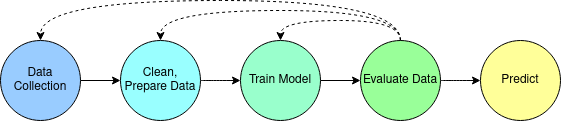
The draw.io diagram 2_Intro_to_ML/ml_workflow.png in MScEcologyAndDataScienceUCL/BIOS0032_AI4Environment, before a commit. Source tidied: cells renumbered, new cells last; positions are measured from the earlier drawing's top-left corner, leaving out a move shared by most shapes. Its diagram source:
```xml
<mxGraphModel>
  <root>
    <mxCell id="0" />
    <mxCell id="1" parent="0" />
    <mxCell id="2" style="edgeStyle=orthogonalEdgeStyle;rounded=0;jettySize=auto;html=1;exitX=1;exitY=0.5;exitDx=0;exitDy=0;" parent="1" edge="1" source="3" target="12">
      <mxGeometry relative="1" as="geometry" />
    </mxCell>
    <mxCell id="3" value="Train Model" style="ellipse;whiteSpace=wrap;html=1;fillColor=#99FFCC;" parent="1" vertex="1">
      <mxGeometry x="240" y="40" width="80" height="80" as="geometry" />
    </mxCell>
    <mxCell id="4" style="edgeStyle=orthogonalEdgeStyle;curved=1;jettySize=auto;html=1;exitX=1;exitY=0.5;exitDx=0;exitDy=0;entryX=0;entryY=0.5;entryDx=0;entryDy=0;" parent="1" edge="1" source="5" target="3">
      <mxGeometry relative="1" as="geometry" />
    </mxCell>
    <mxCell id="5" value="Clean, Prepare Data" style="ellipse;whiteSpace=wrap;html=1;fillColor=#99FFFF;" parent="1" vertex="1">
      <mxGeometry x="120" y="40" width="80" height="80" as="geometry" />
    </mxCell>
    <mxCell id="6" style="edgeStyle=orthogonalEdgeStyle;rounded=0;jettySize=auto;html=1;exitX=1;exitY=0.5;exitDx=0;exitDy=0;" parent="1" edge="1" source="7" target="5">
      <mxGeometry relative="1" as="geometry" />
    </mxCell>
    <mxCell id="7" value="Data Collection" style="ellipse;whiteSpace=wrap;html=1;fillColor=#99CCFF;" parent="1" vertex="1">
      <mxGeometry y="40" width="80" height="80" as="geometry" />
    </mxCell>
    <mxCell id="8" style="edgeStyle=orthogonalEdgeStyle;curved=1;jettySize=auto;html=1;exitX=1;exitY=0.5;exitDx=0;exitDy=0;" parent="1" edge="1" source="12" target="13">
      <mxGeometry relative="1" as="geometry" />
    </mxCell>
    <mxCell id="9" style="edgeStyle=orthogonalEdgeStyle;jettySize=auto;html=1;exitX=0.5;exitY=0;exitDx=0;exitDy=0;entryX=0.5;entryY=0;entryDx=0;entryDy=0;curved=1;dashed=1;" parent="1" edge="1" source="12" target="3">
      <mxGeometry relative="1" as="geometry" />
    </mxCell>
    <mxCell id="10" style="edgeStyle=orthogonalEdgeStyle;curved=1;jettySize=auto;html=1;exitX=0.5;exitY=0;exitDx=0;exitDy=0;entryX=0.5;entryY=0;entryDx=0;entryDy=0;dashed=1;" parent="1" edge="1" source="12" target="5">
      <mxGeometry relative="1" as="geometry">
        <Array as="points">
          <mxPoint x="400" y="10" />
          <mxPoint x="160" y="10" />
        </Array>
      </mxGeometry>
    </mxCell>
    <mxCell id="11" style="edgeStyle=orthogonalEdgeStyle;curved=1;jettySize=auto;html=1;exitX=0.5;exitY=0;exitDx=0;exitDy=0;entryX=0.5;entryY=0;entryDx=0;entryDy=0;dashed=1;" parent="1" edge="1" source="12" target="7">
      <mxGeometry relative="1" as="geometry">
        <Array as="points">
          <mxPoint x="400" />
          <mxPoint x="40" />
        </Array>
      </mxGeometry>
    </mxCell>
    <mxCell id="12" value="Evaluate Data" style="ellipse;whiteSpace=wrap;html=1;fillColor=#99FF99;" parent="1" vertex="1">
      <mxGeometry x="360" y="40" width="80" height="80" as="geometry" />
    </mxCell>
    <mxCell id="13" value="Predict" style="ellipse;whiteSpace=wrap;html=1;fillColor=#FFFF99;" parent="1" vertex="1">
      <mxGeometry x="480" y="40" width="80" height="80" as="geometry" />
    </mxCell>
  </root>
</mxGraphModel>
```
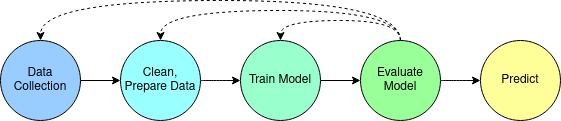
The same diagram one commit later.

Diff of the diagram source:
```diff
@@ -42,7 +42,7 @@
         </Array>
       </mxGeometry>
     </mxCell>
-    <mxCell id="12" value="Evaluate Data" style="ellipse;whiteSpace=wrap;html=1;fillColor=#99FF99;" parent="1" vertex="1">
+    <mxCell id="12" value="Evaluate Model" style="ellipse;whiteSpace=wrap;html=1;fillColor=#99FF99;" parent="1" vertex="1">
       <mxGeometry x="360" y="40" width="80" height="80" as="geometry" />
     </mxCell>
     <mxCell id="13" value="Predict" style="ellipse;whiteSpace=wrap;html=1;fillColor=#FFFF99;" parent="1" vertex="1">
```
